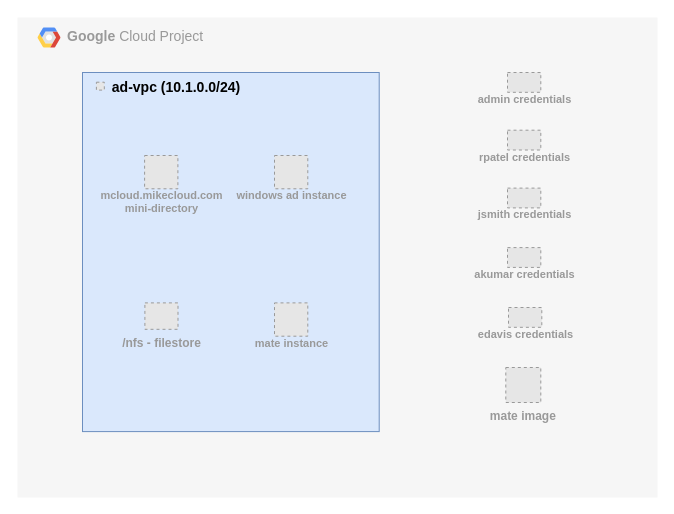
This is gcp-budgie.drawio from mamonaco1973/gcp-budgie-xrdp, a draw.io file, before an edit. Source tidied: cells renumbered, new cells numbered last; positions are measured from the earlier drawing's top-left corner, leaving out a move shared by most shapes. Both pictures are drawn from the tidied source at 100%, with x=0, y=0 at pixel (17, 17). Pictures stored in the file or linked from it are replaced by grey dashed boxes.
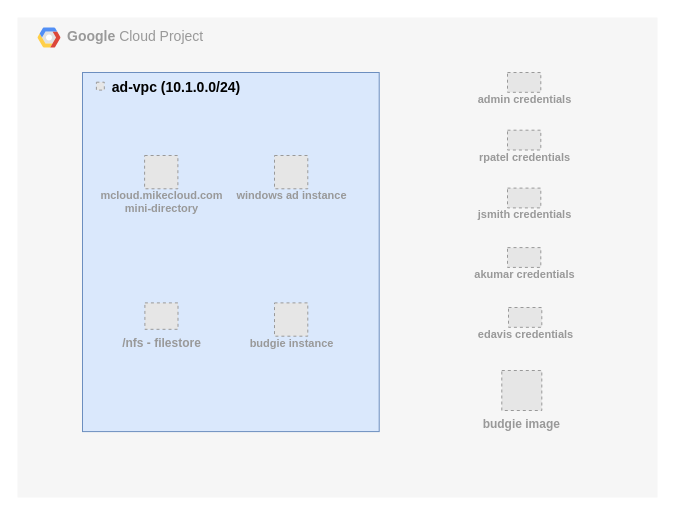
After the change.

The edit, as a diff of the source:
```diff
@@
 <mxGraphModel background="#ffffff">
   <root>
     <mxCell id="0" />
     <mxCell id="1" parent="0" />
     <mxCell id="2" value="&lt;b&gt;Google &lt;/b&gt;Cloud Project" style="fillColor=#F6F6F6;strokeColor=none;shadow=0;gradientColor=none;fontSize=14;align=left;spacing=10;fontColor=light-dark(#999999, #8c8c8c);9E9E9E;verticalAlign=top;spacingTop=-4;fontStyle=0;spacingLeft=40;html=1;" parent="1" vertex="1">
       <mxGeometry width="640" height="480" as="geometry" />
     </mxCell>
     <mxCell id="3" style="shape=mxgraph.gcp2.google_cloud_platform;fillColor=#F6F6F6;strokeColor=none;shadow=0;gradientColor=none;" parent="2" vertex="1">
       <mxGeometry width="23" height="20" relative="1" as="geometry">
         <mxPoint x="20" y="10" as="offset" />
       </mxGeometry>
     </mxCell>
     <mxCell id="4" style="fillColor=#dae8fc;strokeColor=#6c8ebf;shadow=0;fontSize=14;align=left;spacing=10;9E9E9E;verticalAlign=top;spacingTop=5;fontStyle=0;spacingLeft=60;html=1;fontColor=light-dark(#999999, #ededed);" parent="2" vertex="1">
       <mxGeometry x="65" y="55" width="296.7" height="359.1" as="geometry" />
     </mxCell>
     <mxCell id="5" value="ad-vpc (10.1.0.0/24)" style="fillColor=#E6E6E6;strokeColor=#999999;dashed=1;verticalLabelPosition=middle;labelBackgroundColor=none;verticalAlign=middle;labelPosition=right;align=left;fontSize=14;fontStyle=1;spacingRight=5;spacingLeft=6;" parent="4" vertex="1">
       <mxGeometry x="13.9" y="9.7" width="7.9" height="7.9" as="geometry" />
     </mxCell>
-    <mxCell id="6" value="mate instance" style="fillColor=#E6E6E6;strokeColor=#999999;dashed=1;html=1;verticalAlign=top;labelPosition=center;verticalLabelPosition=bottom;align=center;spacingTop=-6;fontSize=11;fontStyle=1;fontColor=#999999;" parent="4" vertex="1">
+    <mxCell id="6" value="budgie instance" style="fillColor=#E6E6E6;strokeColor=#999999;dashed=1;html=1;verticalAlign=top;labelPosition=center;verticalLabelPosition=bottom;align=center;spacingTop=-6;fontSize=11;fontStyle=1;fontColor=#999999;" parent="4" vertex="1">
       <mxGeometry x="192" y="230.4" width="33.3" height="33.3" as="geometry" />
     </mxCell>
     <mxCell id="7" value="windows ad instance" style="fillColor=#E6E6E6;strokeColor=#999999;dashed=1;html=1;verticalAlign=top;labelPosition=center;verticalLabelPosition=bottom;align=center;spacingTop=-6;fontSize=11;fontStyle=1;fontColor=#999999;" parent="4" vertex="1">
       <mxGeometry x="192" y="83" width="33.3" height="33.3" as="geometry" />
     </mxCell>
     <mxCell id="8" value="mcloud.mikecloud.com&lt;div&gt;mini-directory&lt;/div&gt;" style="fillColor=#E6E6E6;strokeColor=#999999;dashed=1;html=1;verticalAlign=top;labelPosition=center;verticalLabelPosition=bottom;align=center;spacingTop=-6;fontSize=11;fontStyle=1;fontColor=#999999;" parent="4" vertex="1">
       <mxGeometry x="62.1" y="83" width="33.3" height="33.3" as="geometry" />
     </mxCell>
     <mxCell id="9" value="/nfs - filestore" style="fillColor=#E6E6E6;strokeColor=#999999;dashed=1;html=1;verticalLabelPosition=bottom;labelBackgroundColor=none;verticalAlign=top;fontColor=light-dark(#999999, #ededed);fontStyle=1;" parent="4" vertex="1">
       <mxGeometry x="62.4" y="230.4" width="33.1" height="26.4" as="geometry" />
     </mxCell>
     <mxCell id="10" value="&lt;div&gt;admin credentials&lt;/div&gt;" style="fillColor=#E6E6E6;strokeColor=#999999;dashed=1;html=1;verticalAlign=top;labelPosition=center;verticalLabelPosition=bottom;align=center;spacingTop=-6;fontSize=11;fontStyle=1;fontColor=#999999;" parent="2" vertex="1">
       <mxGeometry x="490" y="55" width="33.3" height="19.8" as="geometry" />
     </mxCell>
     <mxCell id="11" value="&lt;div&gt;rpatel&lt;span style=&quot;background-color: transparent; color: light-dark(rgb(153, 153, 153), rgb(106, 106, 106));&quot;&gt;&amp;nbsp;credentials&lt;/span&gt;&lt;/div&gt;" style="fillColor=#E6E6E6;strokeColor=#999999;dashed=1;html=1;verticalAlign=top;labelPosition=center;verticalLabelPosition=bottom;align=center;spacingTop=-6;fontSize=11;fontStyle=1;fontColor=#999999;" parent="2" vertex="1">
       <mxGeometry x="490" y="112.7" width="33.3" height="19.8" as="geometry" />
     </mxCell>
     <mxCell id="12" value="&lt;div&gt;&lt;span style=&quot;background-color: transparent; color: light-dark(rgb(153, 153, 153), rgb(106, 106, 106));&quot;&gt;jsmith&lt;/span&gt;&lt;span style=&quot;background-color: transparent; color: light-dark(rgb(153, 153, 153), rgb(106, 106, 106));&quot;&gt;&amp;nbsp;credentials&lt;/span&gt;&lt;/div&gt;" style="fillColor=#E6E6E6;strokeColor=#999999;dashed=1;html=1;verticalAlign=top;labelPosition=center;verticalLabelPosition=bottom;align=center;spacingTop=-6;fontSize=11;fontStyle=1;fontColor=#999999;" parent="2" vertex="1">
       <mxGeometry x="490" y="170.6" width="33.3" height="19.8" as="geometry" />
     </mxCell>
     <mxCell id="13" value="akumar credentials" style="fillColor=#E6E6E6;strokeColor=#999999;dashed=1;html=1;verticalAlign=top;labelPosition=center;verticalLabelPosition=bottom;align=center;spacingTop=-6;fontSize=11;fontStyle=1;fontColor=#999999;" parent="2" vertex="1">
       <mxGeometry x="490" y="230.1" width="33.3" height="19.8" as="geometry" />
     </mxCell>
     <mxCell id="14" value="edavis&lt;span style=&quot;background-color: transparent; color: light-dark(rgb(153, 153, 153), rgb(106, 106, 106));&quot;&gt;&amp;nbsp;credentials&lt;/span&gt;" style="fillColor=#E6E6E6;strokeColor=#999999;dashed=1;html=1;verticalAlign=top;labelPosition=center;verticalLabelPosition=bottom;align=center;spacingTop=-6;fontSize=11;fontStyle=1;fontColor=#999999;" parent="2" vertex="1">
       <mxGeometry x="491" y="290" width="33.3" height="19.8" as="geometry" />
     </mxCell>
-    <mxCell id="15" value="mate image" style="fillColor=#E6E6E6;strokeColor=#999999;dashed=1;verticalLabelPosition=bottom;labelBackgroundColor=none;verticalAlign=top;fontStyle=1;fontColor=light-dark(#999999, #ededed);" parent="2" vertex="1">
-      <mxGeometry x="488.3" y="350" width="35" height="35" as="geometry" />
-    </mxCell>
+    <mxCell id="16" value="budgie image" style="fillColor=#E6E6E6;strokeColor=#999999;dashed=1;verticalLabelPosition=bottom;labelBackgroundColor=none;verticalAlign=top;fontStyle=1;fontColor=light-dark(#999999, #ededed);" parent="2" vertex="1">
+      <mxGeometry x="484.3" y="353" width="40" height="40" as="geometry" />
+    </mxCell>
   </root>
 </mxGraphModel>
```
